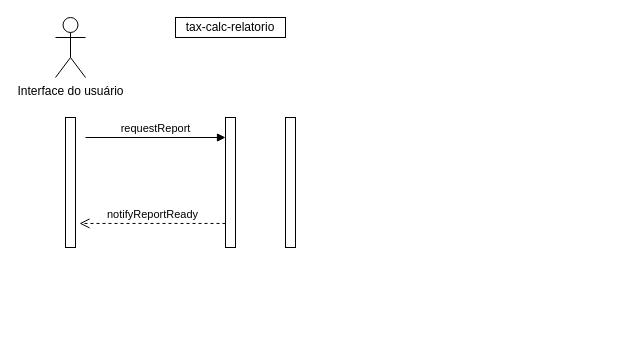
AlanJSimpson/java-ecommerce keeps this draw.io diagram as page "Diagrama de sequencia" (1 of 2) of livros.drawio. Above is the earlier version. Source tidied: cells renumbered, new cells numbered last; positions are measured from the earlier drawing's top-left corner, leaving out a move shared by most shapes. Both pictures are drawn from the tidied source at 100%, with x=0, y=0 at pixel (55, 17).
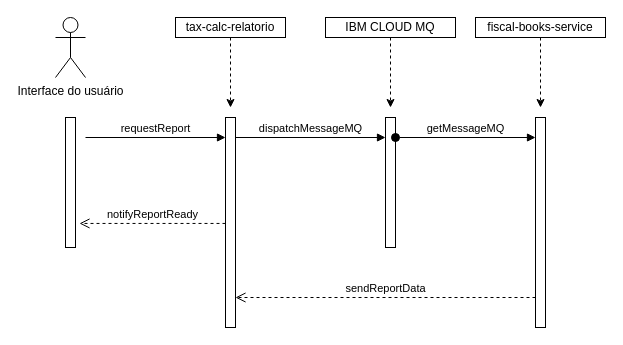
Above is the later version.

The change refers to these unchanged cells:
```xml
<mxCell id="5" value="tax-calc-relatorio" style="html=1;whiteSpace=wrap;" parent="1" vertex="1">
  <mxGeometry x="120" width="110" height="20" as="geometry" />
</mxCell>
```

The edit, as a diff of the source:
```diff
@@
-    <mxCell id="4" style="html=1;perimeter=orthogonalPerimeter;targetShapes=umlLifeline;newEdgeStyle={&quot;curved&quot;:0,&quot;rounded&quot;:0};" parent="1" vertex="1">
-      <mxGeometry x="230" y="100" width="10" height="130" as="geometry" />
-    </mxCell>
+    <mxCell id="9" style="edgeStyle=orthogonalEdgeStyle;rounded=0;jettySize=auto;html=1;exitX=0.5;exitY=1;exitDx=0;exitDy=0;dashed=1;" parent="1" edge="1" source="5">
+      <mxGeometry relative="1" as="geometry">
+        <mxPoint x="175" y="90" as="targetPoint" />
+      </mxGeometry>
+    </mxCell>
@@
     <mxCell id="6" style="html=1;points=[[0,0,0,0,5],[0,1,0,0,-5],[1,0,0,0,5],[1,1,0,0,-5]];perimeter=orthogonalPerimeter;outlineConnect=0;targetShapes=umlLifeline;portConstraint=eastwest;newEdgeStyle={&quot;curved&quot;:0,&quot;rounded&quot;:0};" parent="1" vertex="1">
-      <mxGeometry x="170" y="100" width="10" height="130" as="geometry" />
+      <mxGeometry x="170" y="100" width="10" height="210" as="geometry" />
     </mxCell>
@@
+    <mxCell id="10" style="html=1;perimeter=orthogonalPerimeter;targetShapes=umlLifeline;newEdgeStyle={&quot;curved&quot;:0,&quot;rounded&quot;:0};" parent="1" vertex="1">
+      <mxGeometry x="330" y="100" width="10" height="130" as="geometry" />
+    </mxCell>
+    <mxCell id="11" value="dispatchMessageMQ" style="html=1;verticalAlign=bottom;endArrow=block;curved=0;rounded=0;entryX=0;entryY=0;entryDx=0;entryDy=5;" parent="1" edge="1">
+      <mxGeometry relative="1" as="geometry">
+        <mxPoint x="180" y="120" as="sourcePoint" />
+        <mxPoint x="330" y="120" as="targetPoint" />
+      </mxGeometry>
+    </mxCell>
+    <mxCell id="12" style="edgeStyle=orthogonalEdgeStyle;rounded=0;jettySize=auto;html=1;exitX=0.5;exitY=1;exitDx=0;exitDy=0;dashed=1;" parent="1" edge="1" source="13">
+      <mxGeometry relative="1" as="geometry">
+        <mxPoint x="335" y="90" as="targetPoint" />
+      </mxGeometry>
+    </mxCell>
+    <mxCell id="13" value="IBM CLOUD MQ" style="html=1;whiteSpace=wrap;" parent="1" vertex="1">
+      <mxGeometry x="270" width="130" height="20" as="geometry" />
+    </mxCell>
+    <mxCell id="14" style="html=1;points=[[0,0,0,0,5],[0,1,0,0,-5],[1,0,0,0,5],[1,1,0,0,-5]];perimeter=orthogonalPerimeter;outlineConnect=0;targetShapes=umlLifeline;portConstraint=eastwest;newEdgeStyle={&quot;curved&quot;:0,&quot;rounded&quot;:0};" parent="1" vertex="1">
+      <mxGeometry x="480" y="100" width="10" height="210" as="geometry" />
+    </mxCell>
+    <mxCell id="15" style="edgeStyle=orthogonalEdgeStyle;rounded=0;jettySize=auto;html=1;exitX=0.5;exitY=1;exitDx=0;exitDy=0;dashed=1;" parent="1" edge="1" source="16">
+      <mxGeometry relative="1" as="geometry">
+        <mxPoint x="485" y="90" as="targetPoint" />
+      </mxGeometry>
+    </mxCell>
+    <mxCell id="16" value="fiscal-books-service" style="html=1;whiteSpace=wrap;" parent="1" vertex="1">
+      <mxGeometry x="420" width="130" height="20" as="geometry" />
+    </mxCell>
+    <mxCell id="17" value="sendReportData" style="html=1;verticalAlign=bottom;endArrow=open;dashed=1;endSize=8;curved=0;rounded=0;" parent="1" edge="1">
+      <mxGeometry relative="1" as="geometry">
+        <mxPoint x="480" y="280" as="sourcePoint" />
+        <mxPoint x="180" y="280" as="targetPoint" />
+        <Array as="points">
+          <mxPoint x="420" y="280" />
+        </Array>
+      </mxGeometry>
+    </mxCell>
+    <mxCell id="18" value="getMessageMQ" style="html=1;verticalAlign=bottom;startArrow=oval;startFill=1;endArrow=block;startSize=8;curved=0;rounded=0;" parent="1" edge="1" target="14">
+      <mxGeometry relative="1" as="geometry">
+        <mxPoint x="340" y="120" as="sourcePoint" />
+      </mxGeometry>
+    </mxCell>
```
